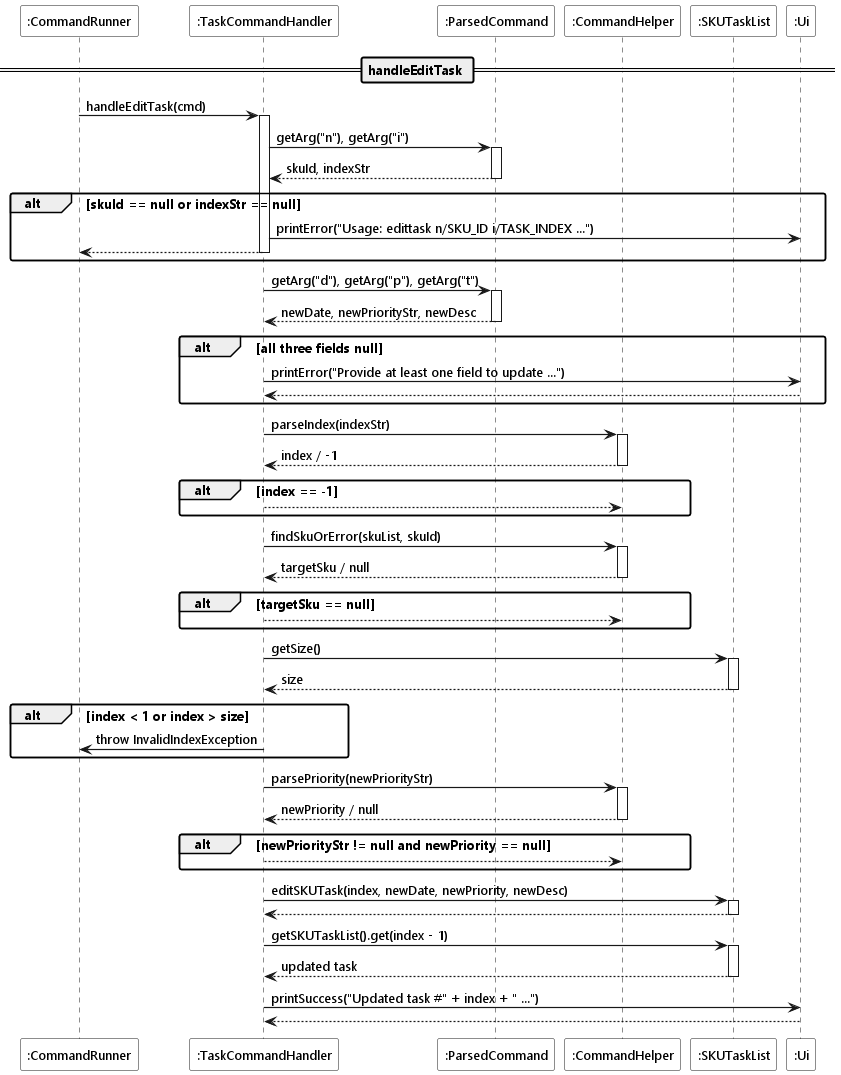
Earlier version of the PlantUML export docs/diagrams/command/edittask-command-sequence.png (heehaw1234/tp).
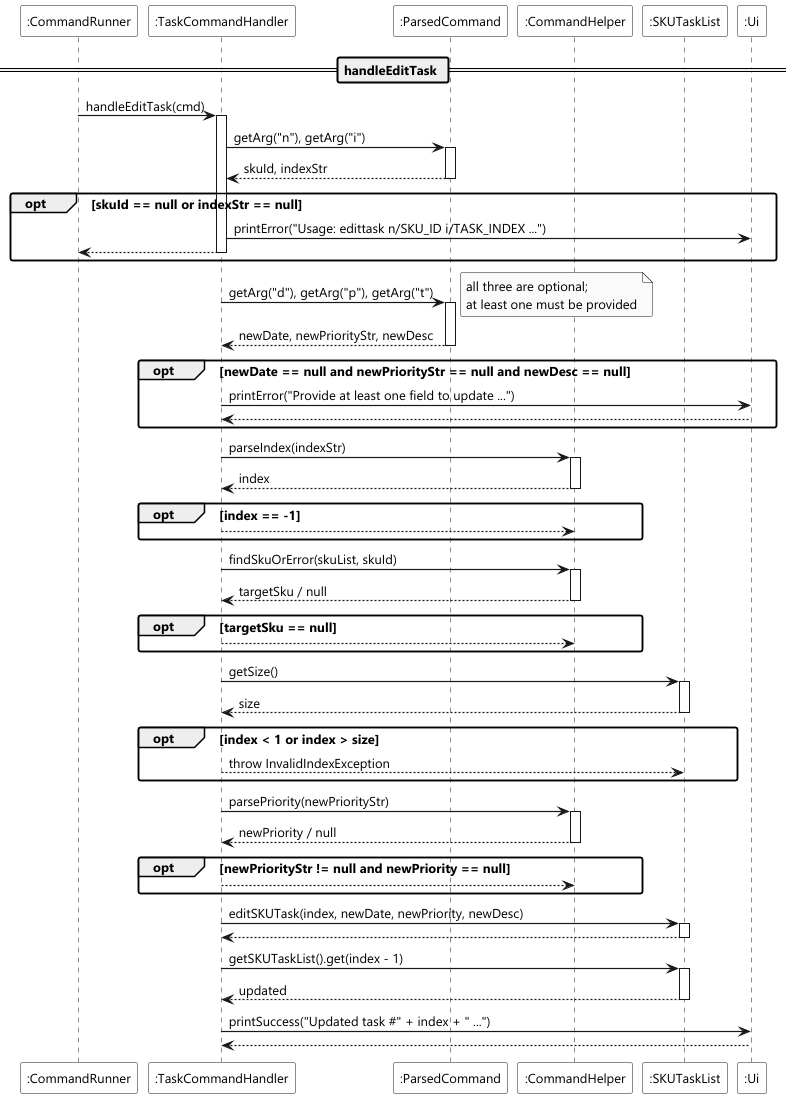
Later version of the same file.

Diff of the diagram source:
```diff
@@ -15,44 +15,45 @@
 handler -> cmd ++ : getArg("n"), getArg("i")
 return skuId, indexStr
 
-alt skuId == null or indexStr == null
+opt skuId == null or indexStr == null
     handler -> ui : printError("Usage: edittask n/SKU_ID i/TASK_INDEX ...")
     return
 end
 
 handler -> cmd ++ : getArg("d"), getArg("p"), getArg("t")
+note right : all three are optional;\nat least one must be provided
 return newDate, newPriorityStr, newDesc
 
-alt all three fields null
+opt newDate == null and newPriorityStr == null and newDesc == null
     handler -> ui : printError("Provide at least one field to update ...")
     return
 end
 
 handler -> helper ++ : parseIndex(indexStr)
-return index / -1
+return index
 
-alt index == -1
+opt index == -1
     return
 end
 
 handler -> helper ++ : findSkuOrError(skuList, skuId)
 return targetSku / null
 
-alt targetSku == null
+opt targetSku == null
     return
 end
 
 handler -> taskList ++ : getSize()
 return size
 
-alt index < 1 or index > size
-    handler -> runner : throw InvalidIndexException
+opt index < 1 or index > size
+    return throw InvalidIndexException
 end
 
 handler -> helper ++ : parsePriority(newPriorityStr)
 return newPriority / null
 
-alt newPriorityStr != null and newPriority == null
+opt newPriorityStr != null and newPriority == null
     return
 end
 
@@ -60,7 +61,7 @@
 return
 
 handler -> taskList ++ : getSKUTaskList().get(index - 1)
-return updated task
+return updated
 
 handler -> ui : printSuccess("Updated task #" + index + " ...")
 
```
